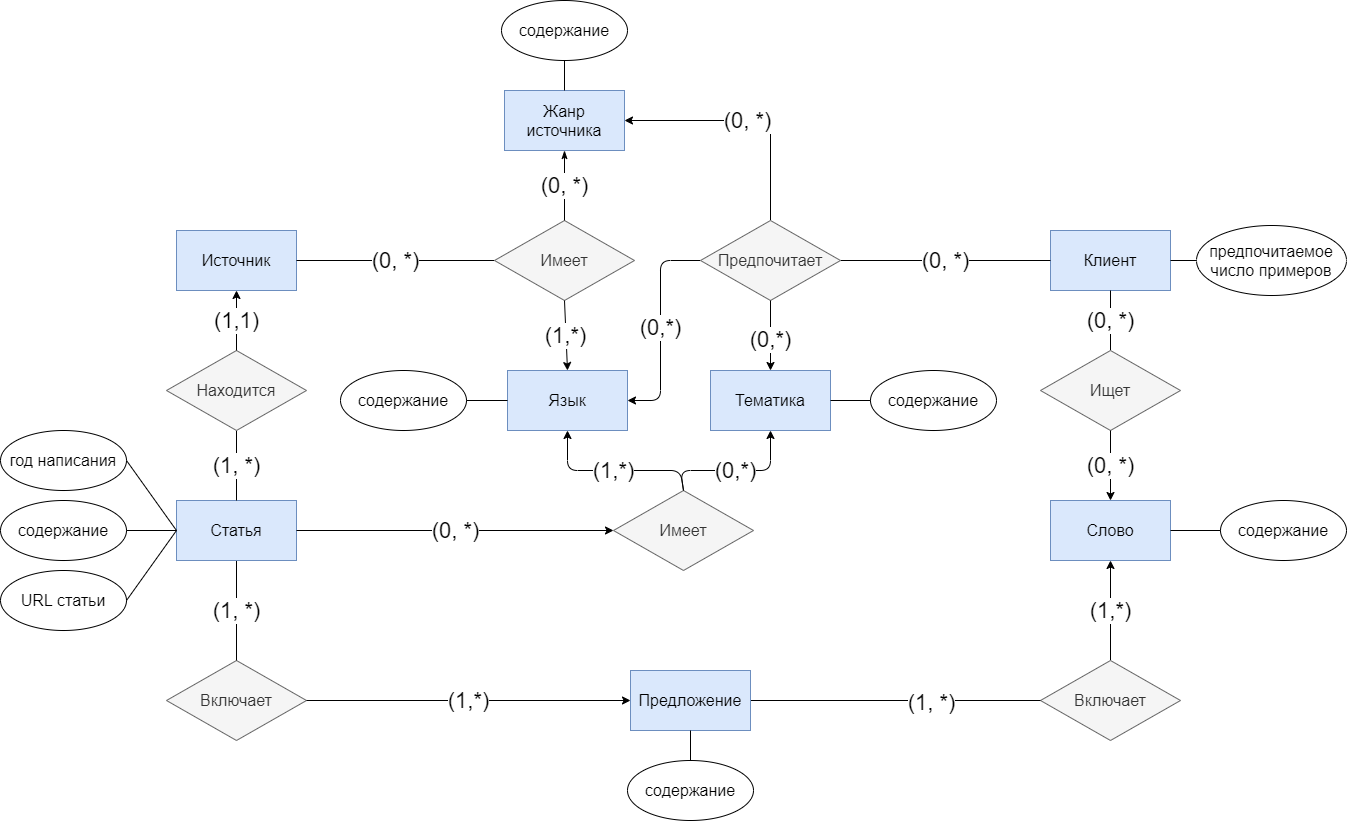
Before: ERD_updated.png, a diagram exported from draw.io (AgeevAA/DB-project). Source tidied: cells renumbered, new cells last; positions are measured from the earlier drawing's top-left corner, leaving out a move shared by most shapes.
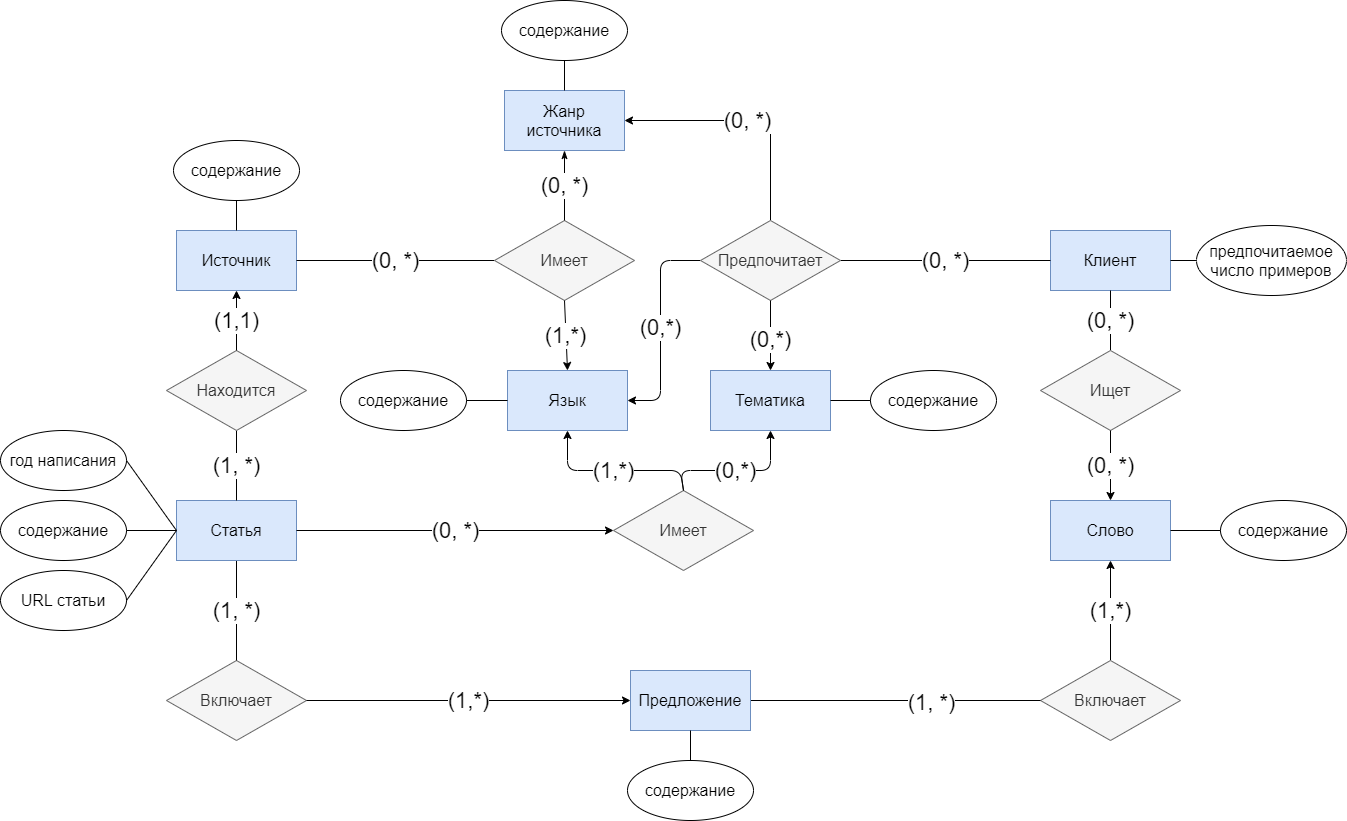
Above is the later version.

What changed in the source:
```diff
@@ -177,5 +177,11 @@
     <mxCell id="53" style="endArrow=none;html=1;exitX=1;exitY=0.5;exitDx=0;exitDy=0;entryX=0;entryY=0.5;entryDx=0;entryDy=0;" parent="1" edge="1" source="51" target="31">
       <mxGeometry relative="1" as="geometry" />
     </mxCell>
+    <mxCell id="54" value="&lt;span style=&quot;font-size: 16px&quot;&gt;содержание&lt;/span&gt;" style="ellipse;whiteSpace=wrap;html=1;" parent="1" vertex="1">
+      <mxGeometry x="173" y="140" width="126" height="60" as="geometry" />
+    </mxCell>
+    <mxCell id="55" style="endArrow=none;html=1;exitX=0.5;exitY=1;exitDx=0;exitDy=0;entryX=0.5;entryY=0;entryDx=0;entryDy=0;" parent="1" edge="1" source="54" target="17">
+      <mxGeometry relative="1" as="geometry" />
+    </mxCell>
   </root>
 </mxGraphModel>
```
